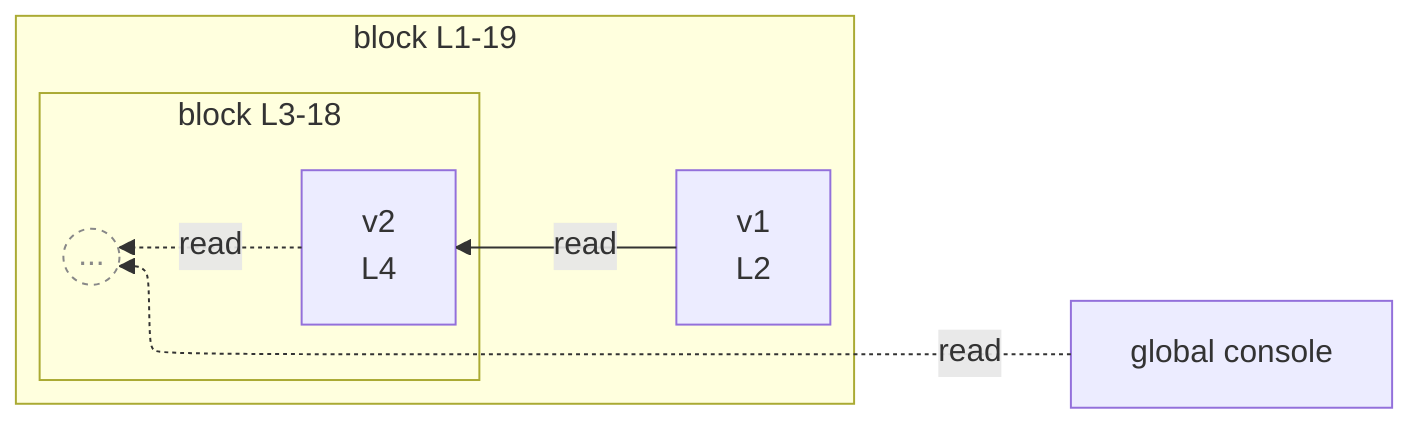
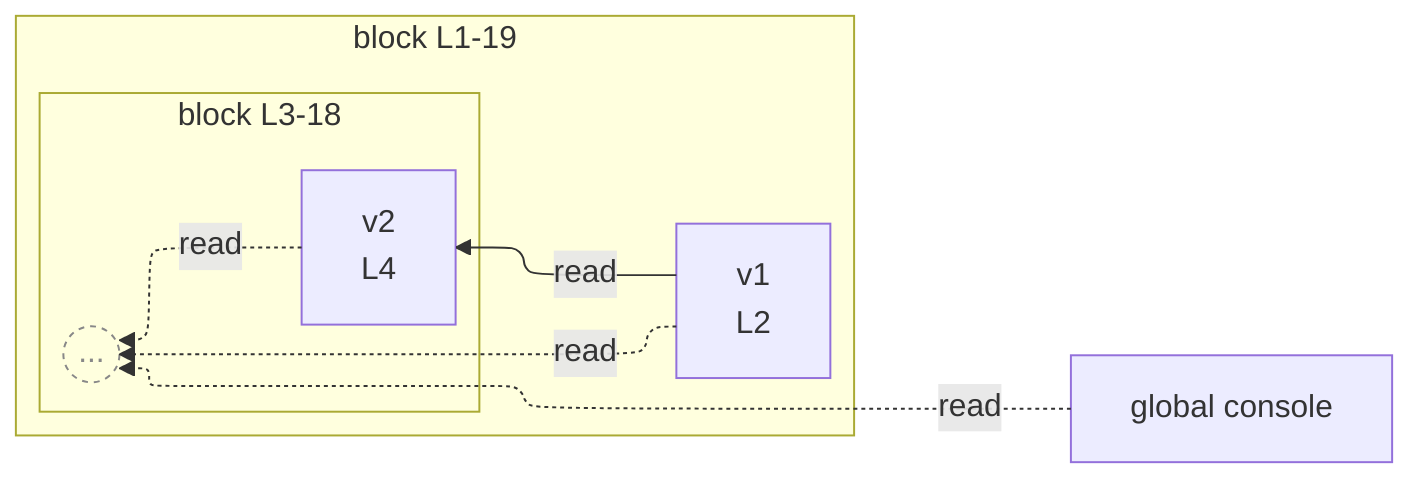
%%{init: {"flowchart": {"defaultRenderer": "elk"}}}%%
flowchart RL
  n_scope_0_console_185["global console"]
  subgraph s_scope_1["block L1-19"]
    direction RL
    n_scope_1_v1_10["v1<br/>L2"]
    subgraph s_scope_2["block L3-18"]
      direction RL
      n_scope_2_v2_32["v2<br/>L4"]
      beyond_depth_s_scope_2((...))
    end
  end
  n_scope_1_v1_10 -->|read| n_scope_2_v2_32
  n_scope_2_v2_32 -.->|read| beyond_depth_s_scope_2
  n_scope_0_console_185 -.->|read| beyond_depth_s_scope_2
+   n_scope_1_v1_10 -.->|read| beyond_depth_s_scope_2
  classDef boundaryStub fill:transparent,stroke:#888,stroke-dasharray:3 3,color:#888;
  class beyond_depth_s_scope_2 boundaryStub;
